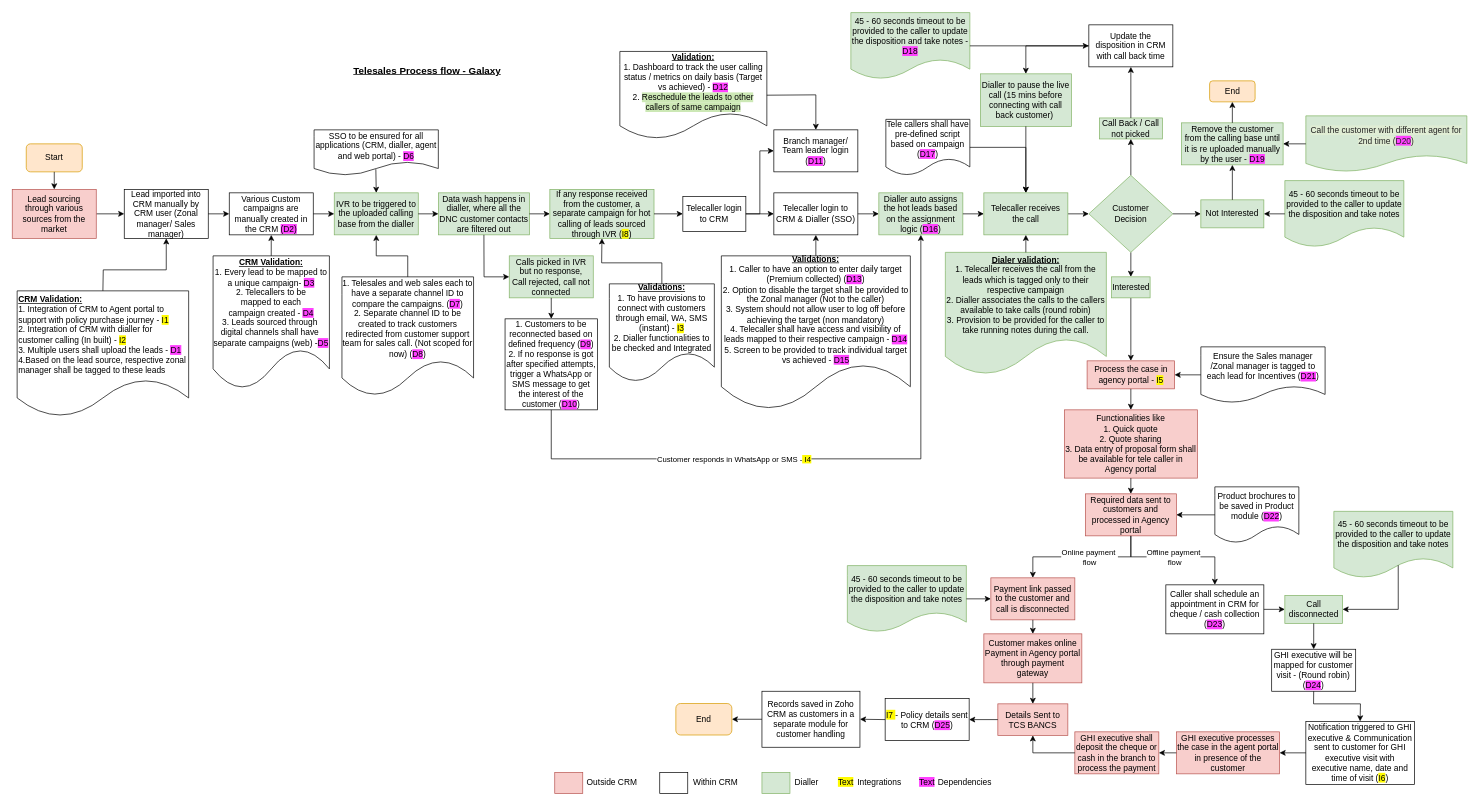
This is TeleSales Revised.drawio from shaileshsreedar/Galaxy, a draw.io file, before an edit. Source tidied: cells renumbered, new cells numbered last; positions are measured from the earlier drawing's top-left corner, leaving out a move shared by most shapes. Both pictures are drawn from the tidied source at 70%, with x=0, y=0 at pixel (12, 12).
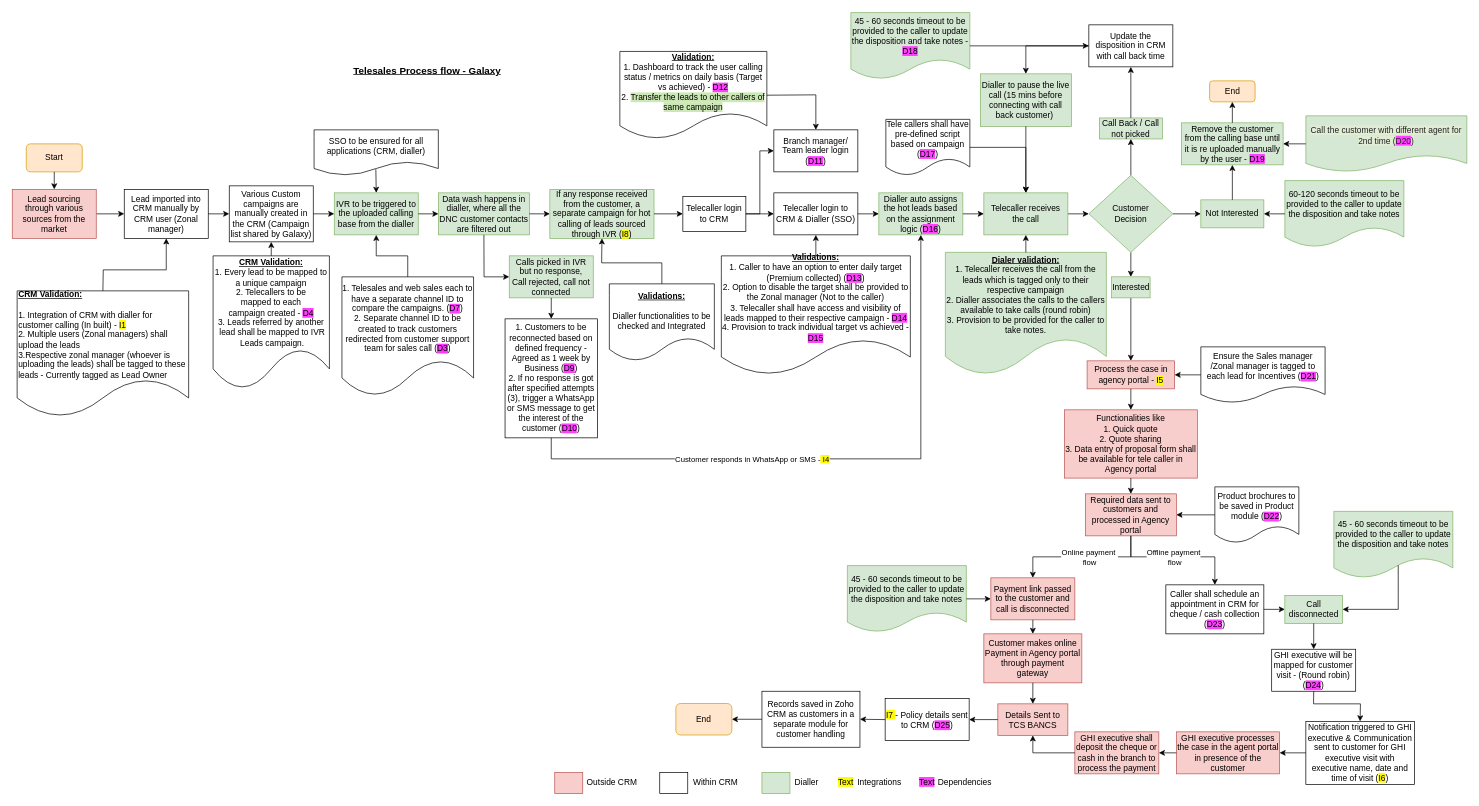
After the change.

What changed in the source:
```diff
@@
-    <mxCell id="3" value="Lead imported into CRM manually by CRM user (Zonal manager/ Sales manager)" style="rounded=0;whiteSpace=wrap;html=1;" parent="1" vertex="1">
+    <mxCell id="3" value="Lead imported into CRM manually by CRM user (Zonal manager)" style="rounded=0;whiteSpace=wrap;html=1;" parent="1" vertex="1">
       <mxGeometry x="160" y="253" width="120" height="70" as="geometry" />
     </mxCell>
@@
-    <mxCell id="26" value="&lt;b&gt;&lt;u&gt;CRM Validation:&lt;/u&gt;&lt;/b&gt;&lt;div&gt;1. Integration of CRM to Agent portal to support with policy purchase journey - &lt;span style=&quot;background-color: rgb(255, 251, 0);&quot;&gt;I1&lt;/span&gt;&lt;/div&gt;&lt;div&gt;2. Integration of CRM with dialler for customer calling (In built) - &lt;span style=&quot;background-color: rgb(255, 251, 0);&quot;&gt;I2&lt;/span&gt;&lt;/div&gt;&lt;div&gt;3. Multiple users shall upload the leads - &lt;span style=&quot;background-color: rgb(255, 64, 255);&quot;&gt;D1&lt;/span&gt;&lt;/div&gt;&lt;div&gt;4.Based on the lead source, respective zonal manager shall be tagged to these leads&lt;/div&gt;" style="shape=document;whiteSpace=wrap;html=1;boundedLbl=1;align=left;" parent="1" vertex="1">
+    <mxCell id="26" value="&lt;b&gt;&lt;u&gt;CRM Validation:&lt;/u&gt;&lt;/b&gt;&lt;div&gt;&lt;b&gt;&lt;u&gt;&lt;br&gt;&lt;/u&gt;&lt;/b&gt;&lt;div&gt;1. Integration of CRM with dialler for customer calling (In built) - &lt;span style=&quot;background-color: rgb(255, 251, 0);&quot;&gt;I1&lt;/span&gt;&lt;/div&gt;&lt;div&gt;2. Multiple users (Zonal managers) shall upload the leads&lt;/div&gt;&lt;div&gt;3.Respective zonal manager (whoever is uploading the leads) shall be tagged to these leads - Currently tagged as Lead Owner&lt;/div&gt;&lt;/div&gt;" style="shape=document;whiteSpace=wrap;html=1;boundedLbl=1;align=left;" parent="1" vertex="1">
       <mxGeometry x="7" y="398" width="245" height="180" as="geometry" />
     </mxCell>
@@
-    <mxCell id="29" value="SSO to be ensured for all applications (CRM, dialler, agent and web portal) - &lt;span style=&quot;background-color: rgb(255, 64, 255);&quot;&gt;D6&lt;/span&gt;" style="shape=document;whiteSpace=wrap;html=1;boundedLbl=1;" parent="1" vertex="1">
+    <mxCell id="29" value="SSO to be ensured for all applications (CRM, dialler)" style="shape=document;whiteSpace=wrap;html=1;boundedLbl=1;" parent="1" vertex="1">
       <mxGeometry x="431.2" y="168" width="177.5" height="65" as="geometry" />
     </mxCell>
@@
-    <mxCell id="37" value="1. Customers to be reconnected based on defined frequency (&lt;span style=&quot;background-color: rgb(255, 64, 255);&quot;&gt;D9&lt;/span&gt;)&lt;div&gt;2. If no response is got after specified attempts, trigger a WhatsApp or SMS message to get the interest of the customer (&lt;span style=&quot;background-color: rgb(255, 64, 255);&quot;&gt;D10&lt;/span&gt;)&lt;/div&gt;" style="rounded=0;whiteSpace=wrap;html=1;" parent="1" vertex="1">
-      <mxGeometry x="704" y="438" width="132" height="130" as="geometry" />
+    <mxCell id="37" value="1. Customers to be reconnected based on defined frequency - Agreed as 1 week by Business (&lt;span style=&quot;background-color: rgb(255, 64, 255);&quot;&gt;D9&lt;/span&gt;)&lt;div&gt;2. If no response is got after specified attempts (3), trigger a WhatsApp or SMS message to get the interest of the customer (&lt;span style=&quot;background-color: rgb(255, 64, 255);&quot;&gt;D10&lt;/span&gt;)&lt;/div&gt;" style="rounded=0;whiteSpace=wrap;html=1;" parent="1" vertex="1">
+      <mxGeometry x="704" y="438" width="132" height="170" as="geometry" />
     </mxCell>
@@
-    <mxCell id="39" value="1. Telesales and web sales each to have a separate channel ID to compare the campaigns. (&lt;span style=&quot;background-color: rgb(255, 64, 255);&quot;&gt;D7&lt;/span&gt;)&lt;div&gt;2. Separate channel ID to be created to track customers redirected from customer support team for sales call. (Not scoped for now) (&lt;span style=&quot;background-color: rgb(255, 64, 255);&quot;&gt;D8&lt;/span&gt;)&lt;/div&gt;" style="shape=document;whiteSpace=wrap;html=1;boundedLbl=1;" parent="1" vertex="1">
+    <mxCell id="39" value="1. Telesales and web sales each to have a separate channel ID to compare the campaigns. (&lt;span style=&quot;background-color: rgb(255, 64, 255);&quot;&gt;D7&lt;/span&gt;)&lt;div&gt;2. Separate channel ID to be created to track customers redirected from customer support team for sales call (&lt;span style=&quot;background-color: rgb(255, 51, 255);&quot;&gt;D3&lt;/span&gt;)&lt;/div&gt;" style="shape=document;whiteSpace=wrap;html=1;boundedLbl=1;" parent="1" vertex="1">
       <mxGeometry x="471" y="378" width="188" height="170" as="geometry" />
     </mxCell>
@@
-    <mxCell id="43" value="Various Custom campaigns are manually created in the CRM &lt;span style=&quot;background-color: rgb(255, 64, 255);&quot;&gt;(D2)&lt;/span&gt;" style="rounded=0;whiteSpace=wrap;html=1;" parent="1" vertex="1">
-      <mxGeometry x="310" y="258" width="120" height="60" as="geometry" />
+    <mxCell id="43" value="Various Custom campaigns are manually created in the CRM (Campaign list shared by Galaxy)" style="rounded=0;whiteSpace=wrap;html=1;" parent="1" vertex="1">
+      <mxGeometry x="310" y="248" width="120" height="80" as="geometry" />
     </mxCell>
@@
-    <mxCell id="45" value="&lt;b&gt;&lt;u&gt;CRM Validation:&lt;/u&gt;&lt;/b&gt;&lt;div&gt;1. Every lead to be mapped to a unique campaign- &lt;span style=&quot;background-color: rgb(255, 64, 255);&quot;&gt;D3&lt;/span&gt;&lt;/div&gt;&lt;div&gt;2. T&lt;span style=&quot;white-space: pre;&quot;&gt;elecallers to be&lt;/span&gt;&lt;/div&gt;&lt;div&gt;&lt;span style=&quot;white-space: pre;&quot;&gt; mapped to each&amp;nbsp;&lt;/span&gt;&lt;/div&gt;&lt;div&gt;&lt;span style=&quot;white-space: pre;&quot;&gt;campaign created - &lt;span style=&quot;background-color: rgb(255, 64, 255);&quot;&gt;D4&lt;/span&gt;&lt;/span&gt;&lt;/div&gt;&lt;div&gt;&lt;span style=&quot;white-space: pre;&quot;&gt;3. Leads sourced through&amp;nbsp;&lt;/span&gt;&lt;/div&gt;&lt;div&gt;&lt;span style=&quot;white-space: pre;&quot;&gt;digital channels shall have&amp;nbsp;&lt;/span&gt;&lt;/div&gt;&lt;div&gt;&lt;span style=&quot;white-space: pre;&quot;&gt;separate campaigns (web) -&lt;span style=&quot;background-color: rgb(255, 64, 255);&quot;&gt;D5&lt;/span&gt;&lt;/span&gt;&lt;/div&gt;" style="shape=document;whiteSpace=wrap;html=1;boundedLbl=1;" parent="1" vertex="1">
+    <mxCell id="45" value="&lt;b&gt;&lt;u&gt;CRM Validation:&lt;/u&gt;&lt;/b&gt;&lt;div&gt;1. Every lead to be mapped to a unique campaign&lt;/div&gt;&lt;div&gt;2. T&lt;span style=&quot;white-space: pre;&quot;&gt;elecallers to be&lt;/span&gt;&lt;/div&gt;&lt;div&gt;&lt;span style=&quot;white-space: pre;&quot;&gt; mapped to each&amp;nbsp;&lt;/span&gt;&lt;/div&gt;&lt;div&gt;&lt;span style=&quot;white-space: pre;&quot;&gt;campaign created - &lt;span style=&quot;background-color: rgb(255, 64, 255);&quot;&gt;D4&lt;/span&gt;&lt;/span&gt;&lt;/div&gt;&lt;div&gt;&lt;span style=&quot;white-space: pre;&quot;&gt;3. Leads referred by another&lt;/span&gt;&lt;/div&gt;&lt;div&gt;&lt;span style=&quot;white-space: pre;&quot;&gt; lead&amp;nbsp;&lt;/span&gt;&lt;span style=&quot;white-space: pre;&quot;&gt;shall be mapped to IVR&lt;/span&gt;&lt;/div&gt;&lt;div&gt;&lt;span style=&quot;white-space: pre;&quot;&gt; Leads &lt;/span&gt;&lt;span style=&quot;white-space: pre;&quot;&gt;campaign.&lt;/span&gt;&lt;/div&gt;" style="shape=document;whiteSpace=wrap;html=1;boundedLbl=1;" parent="1" vertex="1">
       <mxGeometry x="286.9" y="348" width="166.2" height="190" as="geometry" />
     </mxCell>
@@
-    <mxCell id="47" value="&lt;u&gt;&lt;b&gt;Dialer validation:&lt;/b&gt;&lt;/u&gt;&lt;div&gt;1. Telecaller receives the call from the leads which is tagged only to their respective campaign&lt;/div&gt;&lt;div&gt;2. Dialler associates the calls to the callers available to take calls (round robin)&lt;/div&gt;&lt;div&gt;3. Provision to be provided for the caller to take running notes during the call.&lt;/div&gt;" style="shape=document;whiteSpace=wrap;html=1;boundedLbl=1;fillColor=#d5e8d4;strokeColor=#82b366;" parent="1" vertex="1">
+    <mxCell id="47" value="&lt;u&gt;&lt;b&gt;Dialer validation:&lt;/b&gt;&lt;/u&gt;&lt;div&gt;1. Telecaller receives the call from the leads which is tagged only to their respective campaign&lt;/div&gt;&lt;div&gt;2. Dialler associates the calls to the callers available to take calls (round robin)&lt;/div&gt;&lt;div&gt;3. Provision to be provided for the caller to take notes.&lt;/div&gt;" style="shape=document;whiteSpace=wrap;html=1;boundedLbl=1;fillColor=#d5e8d4;strokeColor=#82b366;" parent="1" vertex="1">
       <mxGeometry x="1333" y="343" width="230" height="175" as="geometry" />
     </mxCell>
@@
-    <mxCell id="59" value="45 - 60 seconds timeout to be provided to the caller to update the disposition and take notes" style="shape=document;whiteSpace=wrap;html=1;boundedLbl=1;fillColor=#d5e8d4;strokeColor=#82b366;" parent="1" vertex="1">
+    <mxCell id="59" value="60-120 seconds timeout to be provided to the caller to update the disposition and take notes" style="shape=document;whiteSpace=wrap;html=1;boundedLbl=1;fillColor=#d5e8d4;strokeColor=#82b366;" parent="1" vertex="1">
       <mxGeometry x="1818" y="240.5" width="170" height="95" as="geometry" />
     </mxCell>
@@
-    <mxCell id="89" value="&lt;b&gt;&lt;u&gt;Validations:&lt;/u&gt;&lt;/b&gt;&lt;div&gt;1. Caller to have an option to enter daily target (Premium collected) (&lt;span style=&quot;background-color: rgb(255, 64, 255);&quot;&gt;D13&lt;/span&gt;)&lt;div&gt;2. Option to disable the target shall be provided to the Zonal manager (Not to the caller)&lt;/div&gt;&lt;div&gt;3. System should not allow user to log off before achieving the target (non mandatory)&lt;/div&gt;&lt;/div&gt;&lt;div&gt;4. Telecaller shall have access and visibility of leads mapped to their respective campaign - &lt;span style=&quot;background-color: rgb(255, 64, 255);&quot;&gt;D14&lt;/span&gt;&lt;/div&gt;&lt;div&gt;5. Screen to be provided to track individual target vs achieved - &lt;span style=&quot;background-color: rgb(255, 64, 255);&quot;&gt;D15&lt;/span&gt;&lt;/div&gt;" style="shape=document;whiteSpace=wrap;html=1;boundedLbl=1;" parent="1" vertex="1">
-      <mxGeometry x="1013" y="348" width="270" height="220" as="geometry" />
+    <mxCell id="89" value="&lt;b&gt;&lt;u&gt;Validations:&lt;/u&gt;&lt;/b&gt;&lt;div&gt;1. Caller to have an option to enter daily target (Premium collected) (&lt;span style=&quot;background-color: rgb(255, 64, 255);&quot;&gt;D13&lt;/span&gt;)&lt;div&gt;2. Option to disable the target shall be provided to the Zonal manager (Not to the caller)&lt;/div&gt;&lt;/div&gt;&lt;div&gt;3. Telecaller shall have access and visibility of leads mapped to their respective campaign - &lt;span style=&quot;background-color: rgb(255, 64, 255);&quot;&gt;D14&lt;/span&gt;&lt;/div&gt;&lt;div&gt;4. Provision to track individual target vs achieved - &lt;span style=&quot;background-color: rgb(255, 64, 255);&quot;&gt;D15&lt;/span&gt;&lt;/div&gt;" style="shape=document;whiteSpace=wrap;html=1;boundedLbl=1;" parent="1" vertex="1">
+      <mxGeometry x="1013" y="348" width="270" height="170" as="geometry" />
     </mxCell>
@@
-    <mxCell id="98" value="&lt;b&gt;&lt;u&gt;Validation:&lt;/u&gt;&lt;/b&gt;&lt;div&gt;1. Dashboard to track the user calling status / metrics on daily basis (Target vs achieved) - &lt;span style=&quot;background-color: rgb(255, 64, 255);&quot;&gt;D12&lt;/span&gt;&lt;div&gt;2. &lt;span style=&quot;background-color: rgb(204, 232, 181);&quot;&gt;Reschedule the leads to other callers of same campaign&lt;/span&gt;&lt;/div&gt;&lt;/div&gt;" style="shape=document;whiteSpace=wrap;html=1;boundedLbl=1;" parent="1" vertex="1">
+    <mxCell id="98" value="&lt;b&gt;&lt;u&gt;Validation:&lt;/u&gt;&lt;/b&gt;&lt;div&gt;1. Dashboard to track the user calling status / metrics on daily basis (Target vs achieved) - &lt;span style=&quot;background-color: rgb(255, 64, 255);&quot;&gt;D12&lt;/span&gt;&lt;div&gt;2. &lt;span style=&quot;background-color: rgb(204, 232, 181);&quot;&gt;Transfer&amp;nbsp;the leads to other callers of same campaign&lt;/span&gt;&lt;/div&gt;&lt;/div&gt;" style="shape=document;whiteSpace=wrap;html=1;boundedLbl=1;" parent="1" vertex="1">
       <mxGeometry x="868" y="56" width="210" height="125" as="geometry" />
     </mxCell>
@@
-    <mxCell id="100" value="&lt;b&gt;&lt;u&gt;Validations:&lt;/u&gt;&lt;/b&gt;&lt;div&gt;1. To have provisions to connect with customers through email, WA, SMS (instant) - &lt;span style=&quot;background-color: rgb(255, 251, 0);&quot;&gt;I3&lt;/span&gt;&lt;/div&gt;&lt;div&gt;2. Dialler functionalities to be checked and Integrated&lt;/div&gt;" style="shape=document;whiteSpace=wrap;html=1;boundedLbl=1;" parent="1" vertex="1">
-      <mxGeometry x="853" y="388" width="150" height="140" as="geometry" />
+    <mxCell id="100" value="&lt;b&gt;&lt;u&gt;Validations:&lt;/u&gt;&lt;/b&gt;&lt;div&gt;&lt;br&gt;&lt;/div&gt;&lt;div&gt;Dialler functionalities to be checked and Integrated&lt;/div&gt;" style="shape=document;whiteSpace=wrap;html=1;boundedLbl=1;" parent="1" vertex="1">
+      <mxGeometry x="853" y="388" width="150" height="110" as="geometry" />
     </mxCell>
```
